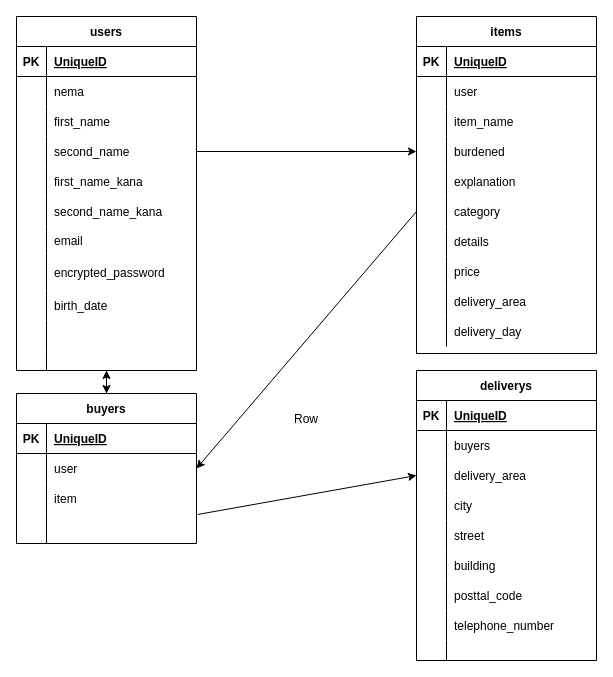
Above: furima.dio in santakukoumei/furima-36689 (draw.io), before the change. Source tidied: cells renumbered, new cells numbered last; positions are measured from the earlier drawing's top-left corner, leaving out a move shared by most shapes. Both pictures are drawn from the tidied source at 100%, with x=0, y=0 at pixel (16, 16).
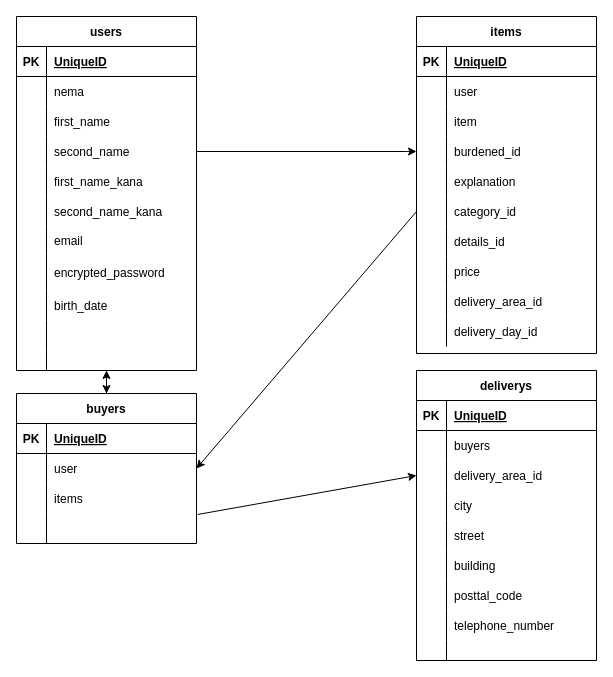
The same page after the edit.

Commit message (it also covers changes not shown here):
テーブル設計5

Unchanged cells that the change refers to:
```xml
<mxCell id="13" style="shape=partialRectangle;fillColor=none;top=0;left=0;bottom=0;right=0;points=[[0,0.5],[1,0.5]];portConstraint=eastwest;" parent="3" vertex="1">
  <mxGeometry y="120" width="180" height="30" as="geometry" />
</mxCell>
<mxCell id="44" style="shape=partialRectangle;fillColor=none;top=0;left=0;bottom=0;right=0;" parent="37" vertex="1">
  <mxGeometry y="90" width="180" height="30" as="geometry" />
</mxCell>
<mxCell id="47" style="shape=partialRectangle;fillColor=none;top=0;left=0;bottom=0;right=0;points=[[0,0.5],[1,0.5]];portConstraint=eastwest;" parent="37" vertex="1">
  <mxGeometry y="120" width="180" height="30" as="geometry" />
</mxCell>
<mxCell id="53" style="shape=partialRectangle;fillColor=none;top=0;left=0;bottom=0;right=0;points=[[0,0.5],[1,0.5]];portConstraint=eastwest;" parent="37" vertex="1">
  <mxGeometry y="180" width="180" height="30" as="geometry" />
</mxCell>
<mxCell id="56" style="shape=partialRectangle;fillColor=none;top=0;left=0;bottom=0;right=0;" parent="37" vertex="1">
  <mxGeometry y="210" width="180" height="30" as="geometry" />
</mxCell>
<mxCell id="62" style="shape=partialRectangle;fillColor=none;top=0;left=0;bottom=0;right=0;" parent="37" vertex="1">
  <mxGeometry y="270" width="180" height="30" as="geometry" />
</mxCell>
<mxCell id="65" style="shape=partialRectangle;fillColor=none;top=0;left=0;bottom=0;right=0;" parent="37" vertex="1">
  <mxGeometry y="300" width="180" height="30" as="geometry" />
</mxCell>
<mxCell id="73" style="shape=partialRectangle;fillColor=none;top=0;left=0;bottom=0;right=0;points=[[0,0.5],[1,0.5]];portConstraint=eastwest;" parent="69" vertex="1">
  <mxGeometry y="60" width="180" height="30" as="geometry" />
</mxCell>
<mxCell id="76" style="shape=partialRectangle;fillColor=none;top=0;left=0;bottom=0;right=0;" parent="69" vertex="1">
  <mxGeometry y="90" width="180" height="30" as="geometry" />
</mxCell>
<mxCell id="89" style="shape=partialRectangle;fillColor=none;top=0;left=0;bottom=0;right=0;points=[[0,0.5],[1,0.5]];portConstraint=eastwest;" parent="82" vertex="1">
  <mxGeometry y="90" width="180" height="30" as="geometry" />
</mxCell>
```

Diff of the diagram source:
```diff
@@
-    <mxCell id="46" value="item_name" style="shape=partialRectangle;fillColor=none;top=0;left=0;bottom=0;right=0;align=left;spacingLeft=6;overflow=hidden;" parent="44" vertex="1">
+    <mxCell id="46" value="item" style="shape=partialRectangle;fillColor=none;top=0;left=0;bottom=0;right=0;align=left;spacingLeft=6;overflow=hidden;" parent="44" vertex="1">
       <mxGeometry x="30" width="150" height="30" as="geometry" />
     </mxCell>
@@
-    <mxCell id="49" value="burdened" style="shape=partialRectangle;fillColor=none;top=0;left=0;bottom=0;right=0;align=left;spacingLeft=6;overflow=hidden;" parent="47" vertex="1">
+    <mxCell id="49" value="burdened_id" style="shape=partialRectangle;fillColor=none;top=0;left=0;bottom=0;right=0;align=left;spacingLeft=6;overflow=hidden;" parent="47" vertex="1">
       <mxGeometry x="30" width="150" height="30" as="geometry" />
     </mxCell>
@@
-    <mxCell id="55" value="category" style="shape=partialRectangle;fillColor=none;top=0;left=0;bottom=0;right=0;align=left;spacingLeft=6;overflow=hidden;" parent="53" vertex="1">
+    <mxCell id="55" value="category_id" style="shape=partialRectangle;fillColor=none;top=0;left=0;bottom=0;right=0;align=left;spacingLeft=6;overflow=hidden;" parent="53" vertex="1">
       <mxGeometry x="30" width="150" height="30" as="geometry" />
     </mxCell>
@@
-    <mxCell id="58" value="details " style="shape=partialRectangle;fillColor=none;top=0;left=0;bottom=0;right=0;align=left;spacingLeft=6;overflow=hidden;" parent="56" vertex="1">
+    <mxCell id="58" value="details_id" style="shape=partialRectangle;fillColor=none;top=0;left=0;bottom=0;right=0;align=left;spacingLeft=6;overflow=hidden;" parent="56" vertex="1">
       <mxGeometry x="30" width="150" height="30" as="geometry" />
     </mxCell>
@@
-    <mxCell id="64" value="delivery_area" style="shape=partialRectangle;fillColor=none;top=0;left=0;bottom=0;right=0;align=left;spacingLeft=6;overflow=hidden;" parent="62" vertex="1">
+    <mxCell id="64" value="delivery_area_id" style="shape=partialRectangle;fillColor=none;top=0;left=0;bottom=0;right=0;align=left;spacingLeft=6;overflow=hidden;" parent="62" vertex="1">
       <mxGeometry x="30" width="150" height="30" as="geometry" />
     </mxCell>
@@
-    <mxCell id="67" value="delivery_day" style="shape=partialRectangle;fillColor=none;top=0;left=0;bottom=0;right=0;align=left;spacingLeft=6;overflow=hidden;" parent="65" vertex="1">
+    <mxCell id="67" value="delivery_day_id" style="shape=partialRectangle;fillColor=none;top=0;left=0;bottom=0;right=0;align=left;spacingLeft=6;overflow=hidden;" parent="65" vertex="1">
       <mxGeometry x="30" width="150" height="30" as="geometry" />
     </mxCell>
@@
-    <mxCell id="78" value="item" style="shape=partialRectangle;fillColor=none;top=0;left=0;bottom=0;right=0;align=left;spacingLeft=6;overflow=hidden;" parent="76" vertex="1">
+    <mxCell id="78" value="items" style="shape=partialRectangle;fillColor=none;top=0;left=0;bottom=0;right=0;align=left;spacingLeft=6;overflow=hidden;" parent="76" vertex="1">
       <mxGeometry x="30" width="150" height="30" as="geometry" />
     </mxCell>
@@
-    <mxCell id="91" value="delivery_area" style="shape=partialRectangle;fillColor=none;top=0;left=0;bottom=0;right=0;align=left;spacingLeft=6;overflow=hidden;" parent="89" vertex="1">
+    <mxCell id="91" value="delivery_area_id" style="shape=partialRectangle;fillColor=none;top=0;left=0;bottom=0;right=0;align=left;spacingLeft=6;overflow=hidden;" parent="89" vertex="1">
       <mxGeometry x="30" width="150" height="30" as="geometry" />
     </mxCell>
@@
     <mxCell id="110" style="edgeStyle=none;rounded=0;jettySize=auto;html=1;exitX=0;exitY=0.5;exitDx=0;exitDy=0;entryX=1;entryY=0.5;entryDx=0;entryDy=0;" parent="1" edge="1" source="53" target="73">
-      <mxGeometry relative="1" as="geometry" />
+      <mxGeometry relative="1" as="geometry">
+        <Array as="points">
+          <mxPoint x="180" y="452" />
+        </Array>
+      </mxGeometry>
     </mxCell>
@@
     <mxCell id="113" style="edgeStyle=none;rounded=0;jettySize=auto;html=1;exitX=1;exitY=0.5;exitDx=0;exitDy=0;" parent="1" edge="1" source="13" target="47">
-      <mxGeometry relative="1" as="geometry" />
+      <mxGeometry relative="1" as="geometry">
+        <Array as="points">
+          <mxPoint x="390" y="135" />
+        </Array>
+      </mxGeometry>
     </mxCell>
-    <mxCell id="114" style="shape=table;startSize=0;childLayout=tableLayout;rowLines=0;fontStyle=0;align=center;strokeColor=none;fillColor=none;" parent="1" vertex="1">
-      <mxGeometry x="240" y="387" width="180" height="30" as="geometry" />
-    </mxCell>
-    <mxCell id="115" style="shape=partialRectangle;fillColor=none;top=0;left=0;bottom=0;right=0;" parent="114" vertex="1">
-      <mxGeometry width="180" height="30" as="geometry" />
-    </mxCell>
-    <mxCell id="116" style="shape=partialRectangle;fillColor=none;top=0;left=0;bottom=0;right=0;overflow=hidden;" parent="115" vertex="1">
-      <mxGeometry width="30" height="30" as="geometry" />
-    </mxCell>
-    <mxCell id="117" value="Row" style="shape=partialRectangle;fillColor=none;top=0;left=0;bottom=0;right=0;align=left;spacingLeft=6;overflow=hidden;" parent="115" vertex="1">
-      <mxGeometry x="30" width="150" height="30" as="geometry" />
-    </mxCell>
```
